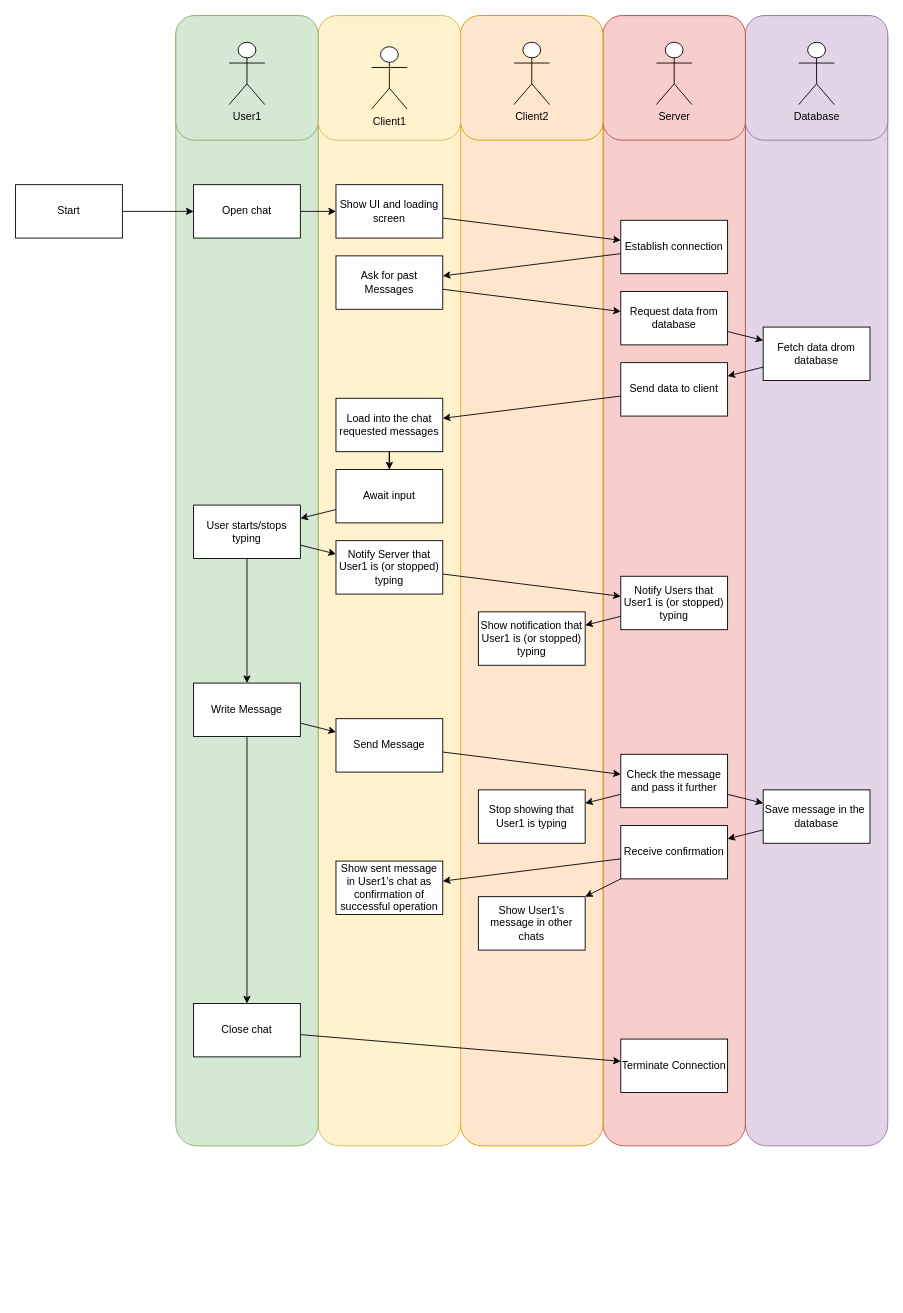
Earlier version of the draw.io diagram internship_s8/Usecase diagram.drawio (Gryfin123/diagrams_with_no_context). Source tidied: cells renumbered, new cells numbered last; positions are measured from the earlier drawing's top-left corner, leaving out a move shared by most shapes. Both pictures are drawn from the tidied source at 89%, with x=0, y=0 at pixel (15, 15).
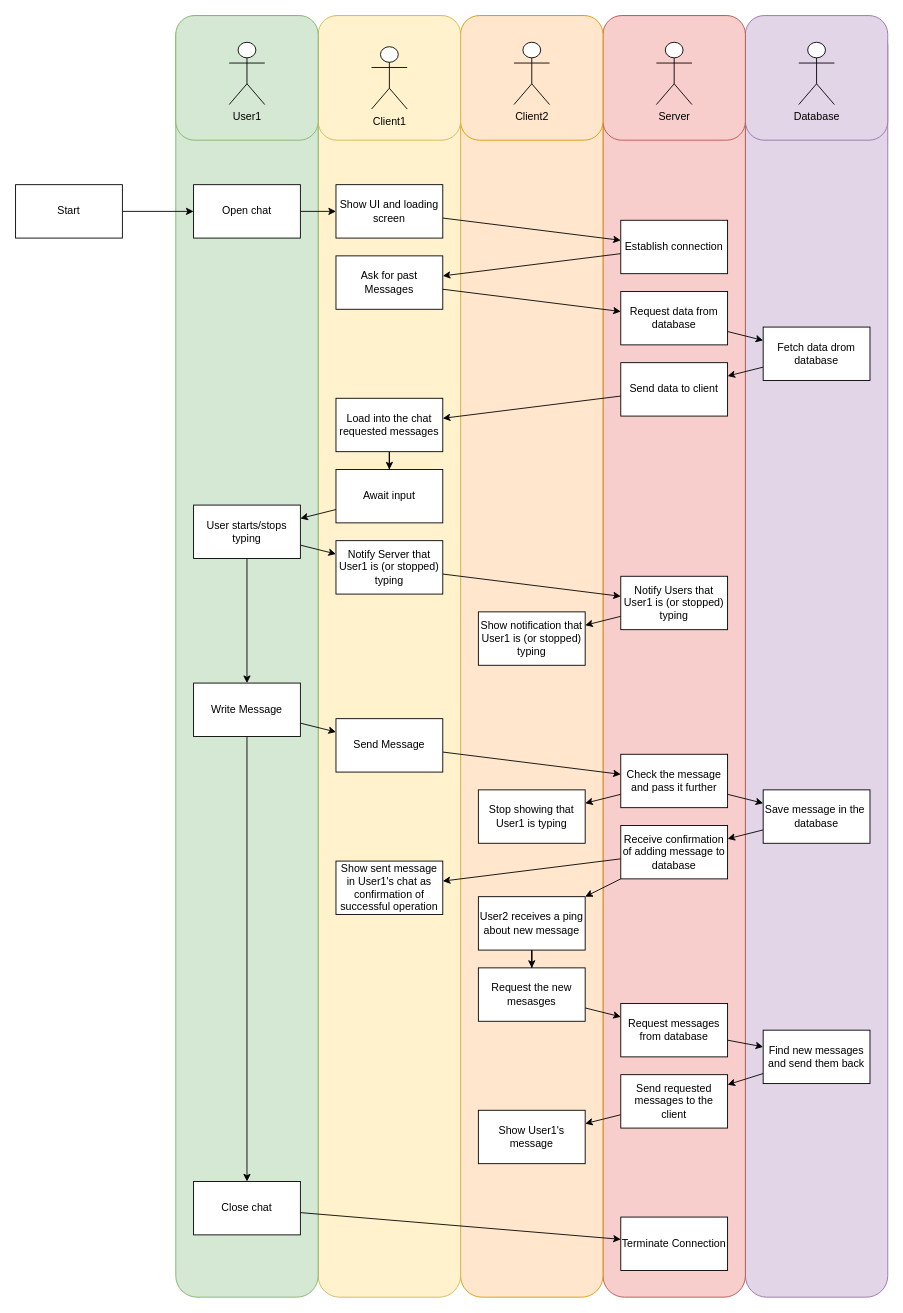
After the change.

What changed in the source:
```diff
@@
     <mxCell id="2" style="rounded=1;whiteSpace=wrap;html=1;fillColor=#e1d5e7;strokeColor=#9673a6;" parent="1" vertex="1">
-      <mxGeometry x="820" width="160" height="1270" as="geometry" />
+      <mxGeometry x="820" y="10" width="160" height="1430" as="geometry" />
     </mxCell>
     <mxCell id="3" style="rounded=1;whiteSpace=wrap;html=1;fillColor=#f8cecc;strokeColor=#b85450;" parent="1" vertex="1">
-      <mxGeometry x="660" width="160" height="1270" as="geometry" />
+      <mxGeometry x="660" width="160" height="1440" as="geometry" />
     </mxCell>
     <mxCell id="4" style="rounded=1;whiteSpace=wrap;html=1;fillColor=#ffe6cc;strokeColor=#d79b00;" parent="1" vertex="1">
-      <mxGeometry x="500" width="160" height="1270" as="geometry" />
+      <mxGeometry x="500" width="160" height="1440" as="geometry" />
     </mxCell>
     <mxCell id="5" style="rounded=1;whiteSpace=wrap;html=1;fillColor=#fff2cc;strokeColor=#d6b656;" parent="1" vertex="1">
-      <mxGeometry x="340" width="160" height="1270" as="geometry" />
+      <mxGeometry x="340" width="160" height="1440" as="geometry" />
     </mxCell>
     <mxCell id="6" style="rounded=1;whiteSpace=wrap;html=1;fillColor=#d5e8d4;strokeColor=#82b366;" parent="1" vertex="1">
-      <mxGeometry x="180" width="160" height="1270" as="geometry" />
+      <mxGeometry x="180" width="160" height="1440" as="geometry" />
     </mxCell>
@@
     <mxCell id="26" value="Close chat" style="rounded=0;whiteSpace=wrap;html=1;" parent="1" vertex="1">
-      <mxGeometry x="200" y="1110" width="120" height="60" as="geometry" />
+      <mxGeometry x="200" y="1310" width="120" height="60" as="geometry" />
     </mxCell>
@@
     <mxCell id="40" value="Terminate Connection" style="rounded=0;whiteSpace=wrap;html=1;" parent="1" vertex="1">
-      <mxGeometry x="680" y="1150" width="120" height="60" as="geometry" />
+      <mxGeometry x="680" y="1350" width="120" height="60" as="geometry" />
     </mxCell>
@@
-    <mxCell id="62" value="Receive confirmation" style="rounded=0;whiteSpace=wrap;html=1;" parent="1" vertex="1">
+    <mxCell id="62" value="Receive confirmation of adding message to database" style="rounded=0;whiteSpace=wrap;html=1;" parent="1" vertex="1">
       <mxGeometry x="680" y="910" width="120" height="60" as="geometry" />
     </mxCell>
+    <mxCell id="64" style="edgeStyle=orthogonalEdgeStyle;rounded=0;jettySize=auto;html=1;" parent="1" edge="1" source="63" target="66">
+      <mxGeometry relative="1" as="geometry" />
+    </mxCell>
-    <mxCell id="63" value="Show User1's message in other chats" style="rounded=0;whiteSpace=wrap;html=1;" parent="1" vertex="1">
+    <mxCell id="63" value="User2 receives a ping about new message" style="rounded=0;whiteSpace=wrap;html=1;" parent="1" vertex="1">
       <mxGeometry x="520" y="990" width="120" height="60" as="geometry" />
     </mxCell>
+    <mxCell id="65" style="rounded=0;jettySize=auto;html=1;" parent="1" edge="1" source="66" target="68">
+      <mxGeometry relative="1" as="geometry" />
+    </mxCell>
+    <mxCell id="66" value="Request the new mesasges" style="rounded=0;whiteSpace=wrap;html=1;" parent="1" vertex="1">
+      <mxGeometry x="520" y="1070" width="120" height="60" as="geometry" />
+    </mxCell>
+    <mxCell id="67" style="rounded=0;jettySize=auto;html=1;" parent="1" edge="1" source="68" target="70">
+      <mxGeometry relative="1" as="geometry" />
+    </mxCell>
+    <mxCell id="68" value="Request messages from database" style="rounded=0;whiteSpace=wrap;html=1;" parent="1" vertex="1">
+      <mxGeometry x="680" y="1110" width="120" height="60" as="geometry" />
+    </mxCell>
+    <mxCell id="69" style="rounded=0;jettySize=auto;html=1;" parent="1" edge="1" source="70" target="72">
+      <mxGeometry relative="1" as="geometry" />
+    </mxCell>
+    <mxCell id="70" value="Find new messages and send them back" style="rounded=0;whiteSpace=wrap;html=1;" parent="1" vertex="1">
+      <mxGeometry x="840" y="1140" width="120" height="60" as="geometry" />
+    </mxCell>
+    <mxCell id="71" style="rounded=0;jettySize=auto;html=1;" parent="1" edge="1" source="72" target="73">
+      <mxGeometry relative="1" as="geometry" />
+    </mxCell>
+    <mxCell id="72" value="Send requested messages to the client" style="rounded=0;whiteSpace=wrap;html=1;" parent="1" vertex="1">
+      <mxGeometry x="680" y="1190" width="120" height="60" as="geometry" />
+    </mxCell>
+    <mxCell id="73" value="Show User1's message" style="rounded=0;whiteSpace=wrap;html=1;" parent="1" vertex="1">
+      <mxGeometry x="520" y="1230" width="120" height="60" as="geometry" />
+    </mxCell>
```
